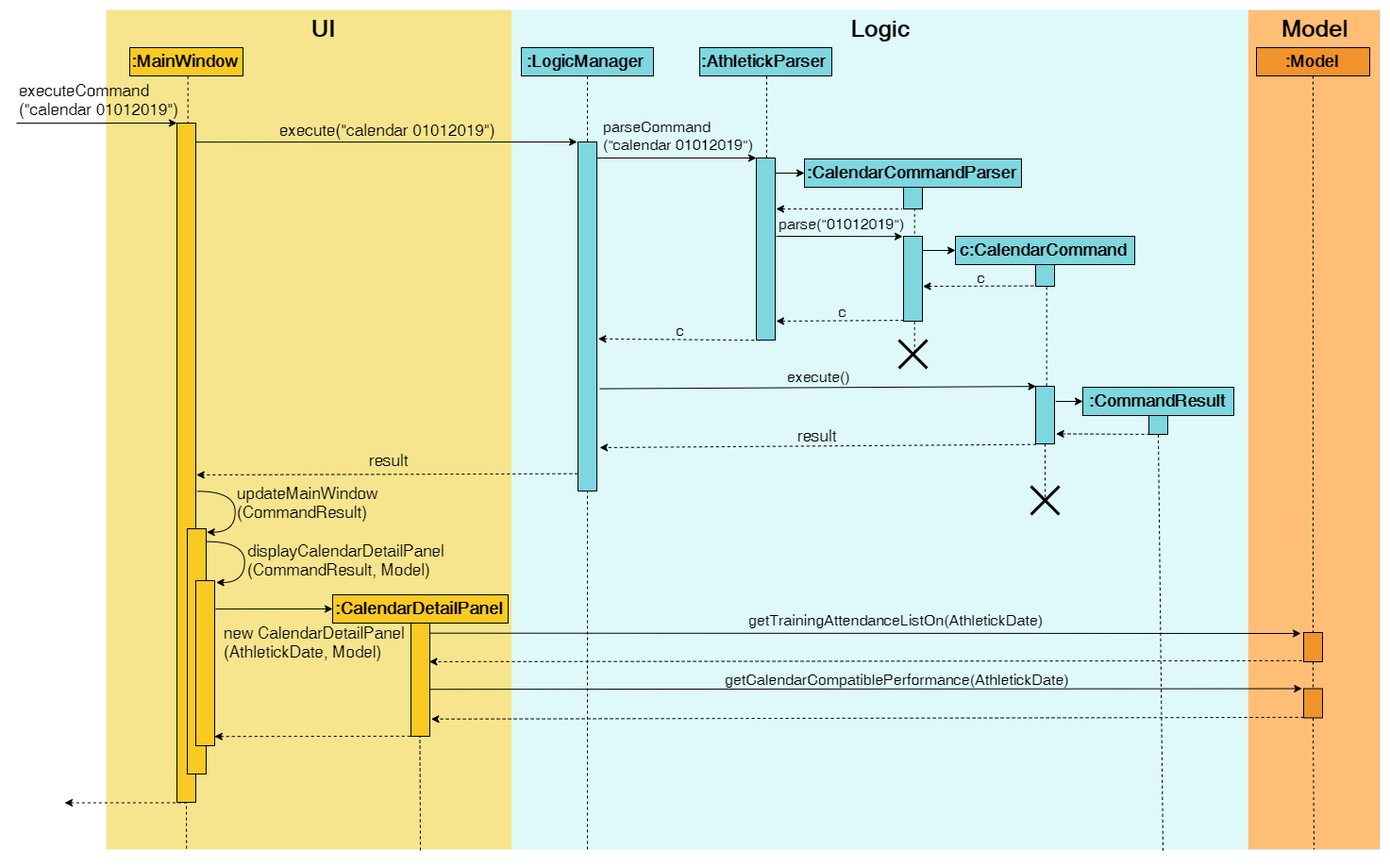
The draw.io diagram docs/images/CalendarCommandSequenceDiagram2.png in nus-cs2103-AY1920S1/addressbook-level3, before a commit. Source tidied: cells renumbered, new cells last; positions are measured from the earlier drawing's top-left corner, leaving out a move shared by most shapes.
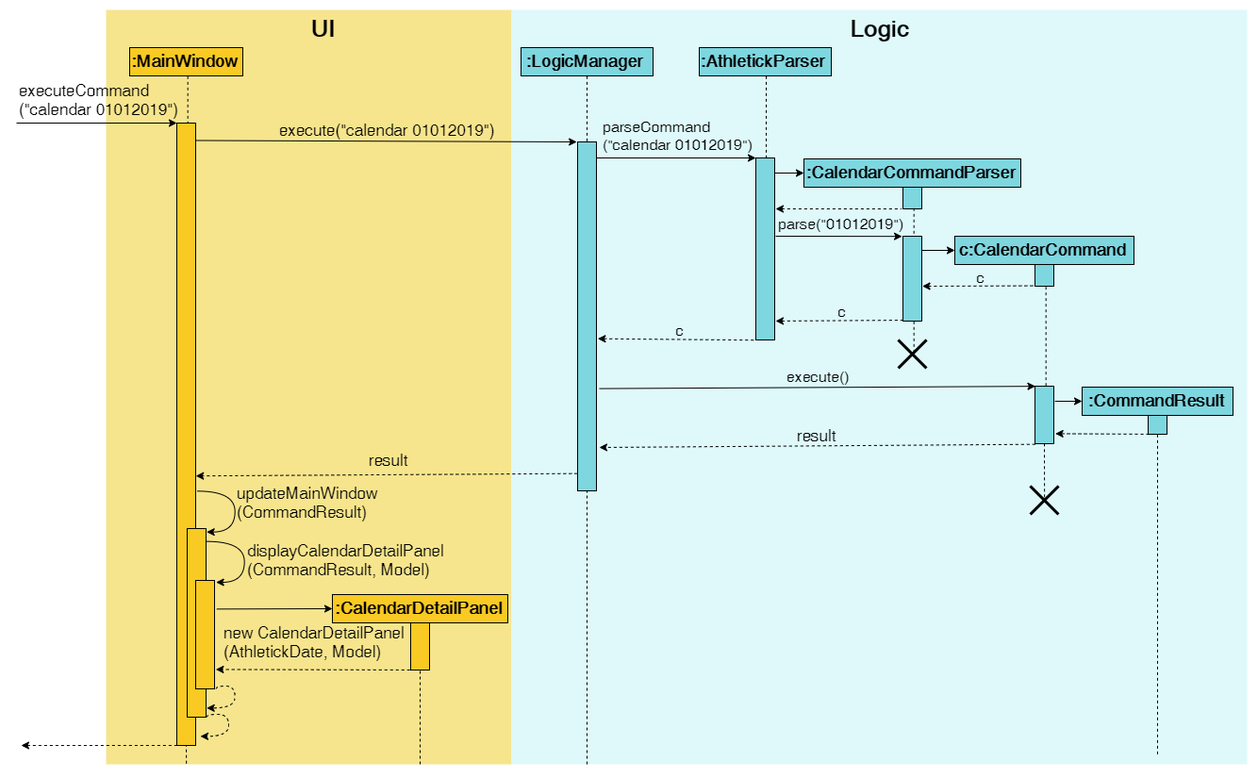
After the change.

The edit, as a diff of the source:
```diff
@@ -2,17 +2,14 @@
   <root>
     <mxCell id="0" />
     <mxCell id="1" parent="0" />
-    <mxCell id="2" style="rounded=0;whiteSpace=wrap;html=1;strokeColor=#E6E6E6;fillColor=#ffbe76;labelBackgroundColor=none;" parent="1" vertex="1">
-      <mxGeometry x="1305" width="140" height="890" as="geometry" />
-    </mxCell>
     <mxCell id="3" style="rounded=0;whiteSpace=wrap;html=1;fillColor=#f6e58d;strokeColor=none;" parent="1" vertex="1">
-      <mxGeometry x="95" width="430" height="890" as="geometry" />
+      <mxGeometry x="95" width="430" height="800" as="geometry" />
     </mxCell>
     <mxCell id="4" value="UI" style="text;html=1;strokeColor=none;fillColor=none;align=center;verticalAlign=middle;whiteSpace=wrap;rounded=0;fontSize=25;fontStyle=1;" parent="1" vertex="1">
       <mxGeometry x="305" y="10" width="40" height="20" as="geometry" />
     </mxCell>
     <mxCell id="5" style="rounded=0;whiteSpace=wrap;html=1;fillColor=#dff9fb;strokeColor=none;" parent="1" vertex="1">
-      <mxGeometry x="525" width="780" height="890" as="geometry" />
+      <mxGeometry x="525" width="780" height="800" as="geometry" />
     </mxCell>
     <mxCell id="6" style="edgeStyle=orthogonalEdgeStyle;rounded=0;jettySize=auto;html=1;exitX=0.5;exitY=1;exitDx=0;exitDy=0;dashed=1;startArrow=none;startFill=0;endArrow=none;endFill=0;entryX=0.5;entryY=0;entryDx=0;entryDy=0;" parent="1" edge="1" source="7" target="8">
       <mxGeometry relative="1" as="geometry" />
@@ -21,7 +18,7 @@
       <mxGeometry x="120" y="40" width="120" height="30" as="geometry" />
     </mxCell>
     <mxCell id="8" style="rounded=0;whiteSpace=wrap;html=1;fillColor=#f9ca24;strokeColor=#000000;" parent="1" vertex="1">
-      <mxGeometry x="170" y="120" width="20" height="720" as="geometry" />
+      <mxGeometry x="170" y="120" width="20" height="660" as="geometry" />
     </mxCell>
     <mxCell id="9" style="endArrow=classic;html=1;" parent="1" edge="1">
       <mxGeometry relative="1" as="geometry">
@@ -37,8 +34,8 @@
     </mxCell>
     <mxCell id="12" style="endArrow=none;html=1;entryX=-0.05;entryY=1;entryDx=0;entryDy=0;entryPerimeter=0;dashed=1;startArrow=classic;startFill=1;endFill=0;" parent="1" edge="1">
       <mxGeometry relative="1" as="geometry">
-        <mxPoint x="51" y="840.5" as="sourcePoint" />
-        <mxPoint x="180" y="840.5" as="targetPoint" />
+        <mxPoint x="5" y="780" as="sourcePoint" />
+        <mxPoint x="180" y="780" as="targetPoint" />
       </mxGeometry>
     </mxCell>
     <mxCell id="13" style="endArrow=classic;html=1;entryX=-0.044;entryY=0;entryDx=0;entryDy=0;entryPerimeter=0;exitX=1.015;exitY=0.028;exitDx=0;exitDy=0;exitPerimeter=0;" parent="1" edge="1" source="8" target="17">
@@ -58,7 +55,7 @@
     </mxCell>
     <mxCell id="18" style="endArrow=none;dashed=1;html=1;entryX=0.5;entryY=1;entryDx=0;entryDy=0;" parent="1" edge="1" target="17">
       <mxGeometry relative="1" as="geometry">
-        <mxPoint x="605" y="890" as="sourcePoint" />
+        <mxPoint x="605" y="800" as="sourcePoint" />
       </mxGeometry>
     </mxCell>
     <mxCell id="19" style="edgeStyle=orthogonalEdgeStyle;rounded=0;jettySize=auto;html=1;exitX=0.5;exitY=1;exitDx=0;exitDy=0;dashed=1;startArrow=none;startFill=0;endArrow=none;endFill=0;entryX=0.5;entryY=0;entryDx=0;entryDy=0;" parent="1" edge="1" source="20" target="21">
@@ -188,7 +185,7 @@
     <mxCell id="53" value="result" style="text;html=1;align=left;verticalAlign=top;spacingTop=-4;fontSize=17;" parent="1" vertex="1">
       <mxGeometry x="826" y="439" width="40" height="20" as="geometry" />
     </mxCell>
-    <mxCell id="54" style="endArrow=classic;html=1;dashed=1;startArrow=none;startFill=0;endFill=1;exitX=0.017;exitY=1.011;exitDx=0;exitDy=0;exitPerimeter=0;entryX=1.039;entryY=0.518;entryDx=0;entryDy=0;entryPerimeter=0;" parent="1" edge="1" target="8">
+    <mxCell id="54" style="endArrow=classic;html=1;dashed=1;startArrow=none;startFill=0;endFill=1;exitX=0.017;exitY=1.011;exitDx=0;exitDy=0;exitPerimeter=0;entryX=1.01;entryY=0.567;entryDx=0;entryDy=0;entryPerimeter=0;" parent="1" edge="1" target="8">
       <mxGeometry relative="1" as="geometry">
         <mxPoint x="594.8" y="491.7" as="sourcePoint" />
       </mxGeometry>
@@ -197,7 +194,7 @@
       <mxGeometry x="372" y="465" width="40" height="20" as="geometry" />
     </mxCell>
     <mxCell id="56" style="rounded=0;whiteSpace=wrap;html=1;fillColor=#f9ca24;strokeColor=#000000;" parent="1" vertex="1">
-      <mxGeometry x="181" y="550" width="20" height="260" as="geometry" />
+      <mxGeometry x="181" y="550" width="20" height="200" as="geometry" />
     </mxCell>
     <mxCell id="57" style="endArrow=classic;html=1;edgeStyle=orthogonalEdgeStyle;curved=1;entryX=1.089;entryY=0.012;entryDx=0;entryDy=0;entryPerimeter=0;" parent="1" edge="1" target="56">
       <mxGeometry relative="1" as="geometry">
@@ -213,16 +210,15 @@
       <mxGeometry x="232" y="500" width="160" height="40" as="geometry" />
     </mxCell>
     <mxCell id="59" style="rounded=0;whiteSpace=wrap;html=1;fillColor=#f9ca24;strokeColor=#000000;" parent="1" vertex="1">
-      <mxGeometry x="190" y="605" width="20" height="175" as="geometry" />
+      <mxGeometry x="190" y="605" width="20" height="115" as="geometry" />
     </mxCell>
     <mxCell id="60" style="endArrow=classic;html=1;edgeStyle=orthogonalEdgeStyle;curved=1;entryX=1.089;entryY=0.012;entryDx=0;entryDy=0;entryPerimeter=0;" parent="1" edge="1">
       <mxGeometry relative="1" as="geometry">
         <mxPoint x="201" y="563.7" as="sourcePoint" />
         <mxPoint x="211" y="607" as="targetPoint" />
         <Array as="points">
-          <mxPoint x="201" y="563" />
-          <mxPoint x="240" y="563" />
-          <mxPoint x="240" y="606" />
+          <mxPoint x="240" y="564" />
+          <mxPoint x="240" y="607" />
         </Array>
       </mxGeometry>
     </mxCell>
@@ -232,40 +228,18 @@
     <mxCell id="62" value="&lt;font style=&quot;font-size: 18px&quot;&gt;:CalendarDetailPanel&lt;/font&gt;" style="rounded=0;whiteSpace=wrap;html=1;fillColor=#f9ca24;strokeColor=#000000;fontStyle=1;" parent="1" vertex="1">
       <mxGeometry x="335" y="620" width="186" height="30" as="geometry" />
     </mxCell>
-    <mxCell id="63" style="endArrow=classic;html=1;entryX=0;entryY=0.5;entryDx=0;entryDy=0;exitX=1.047;exitY=0.172;exitDx=0;exitDy=0;exitPerimeter=0;" parent="1" edge="1" source="59" target="62">
+    <mxCell id="63" style="endArrow=classic;html=1;entryX=0;entryY=0.5;entryDx=0;entryDy=0;exitX=1.117;exitY=0.264;exitDx=0;exitDy=0;exitPerimeter=0;" parent="1" edge="1" source="59" target="62">
       <mxGeometry relative="1" as="geometry" />
     </mxCell>
     <mxCell id="64" style="rounded=0;whiteSpace=wrap;html=1;fillColor=#f9ca24;strokeColor=#000000;" parent="1" vertex="1">
-      <mxGeometry x="418" y="650" width="20" height="120" as="geometry" />
+      <mxGeometry x="418" y="650" width="20" height="50" as="geometry" />
     </mxCell>
-    <mxCell id="65" style="endArrow=classic;html=1;dashed=1;startArrow=none;startFill=0;endFill=1;exitX=-0.037;exitY=0.999;exitDx=0;exitDy=0;exitPerimeter=0;entryX=0.992;entryY=0.944;entryDx=0;entryDy=0;entryPerimeter=0;" parent="1" edge="1" source="64" target="59">
+    <mxCell id="65" style="endArrow=classic;html=1;dashed=1;startArrow=none;startFill=0;endFill=1;exitX=-0.037;exitY=0.999;exitDx=0;exitDy=0;exitPerimeter=0;entryX=1.069;entryY=0.821;entryDx=0;entryDy=0;entryPerimeter=0;" parent="1" edge="1" source="64" target="59">
       <mxGeometry relative="1" as="geometry" />
     </mxCell>
-    <mxCell id="66" value="&lt;b&gt;:Model&lt;/b&gt;" style="rounded=0;whiteSpace=wrap;html=1;fillColor=#f0932b;strokeColor=#000000;fontSize=18;" parent="1" vertex="1">
-      <mxGeometry x="1314" y="40" width="120" height="30" as="geometry" />
-    </mxCell>
-    <mxCell id="67" style="endArrow=classic;html=1;exitX=1.013;exitY=0.089;exitDx=0;exitDy=0;exitPerimeter=0;" parent="1" edge="1" source="64">
-      <mxGeometry relative="1" as="geometry">
-        <mxPoint x="1361" y="661" as="targetPoint" />
-      </mxGeometry>
-    </mxCell>
-    <mxCell id="68" style="endArrow=classic;html=1;exitX=1.015;exitY=0.585;exitDx=0;exitDy=0;exitPerimeter=0;entryX=-0.089;entryY=0;entryDx=0;entryDy=0;entryPerimeter=0;" parent="1" edge="1" source="64" target="78">
-      <mxGeometry relative="1" as="geometry" />
-    </mxCell>
-    <mxCell id="69" style="endArrow=classic;html=1;dashed=1;startArrow=none;startFill=0;endFill=1;exitX=-0.071;exitY=0.996;exitDx=0;exitDy=0;exitPerimeter=0;entryX=0.971;entryY=0.341;entryDx=0;entryDy=0;entryPerimeter=0;" parent="1" edge="1" target="64">
-      <mxGeometry relative="1" as="geometry">
-        <mxPoint x="1362.1" y="689.9" as="sourcePoint" />
-      </mxGeometry>
-    </mxCell>
-    <mxCell id="70" style="endArrow=classic;html=1;dashed=1;startArrow=none;startFill=0;endFill=1;exitX=-0.071;exitY=0.996;exitDx=0;exitDy=0;exitPerimeter=0;entryX=1.072;entryY=0.848;entryDx=0;entryDy=0;entryPerimeter=0;" parent="1" edge="1" target="64">
-      <mxGeometry relative="1" as="geometry">
-        <mxPoint x="1364.1" y="749.9" as="sourcePoint" />
-      </mxGeometry>
-    </mxCell>
-    <mxCell id="71" style="endArrow=none;dashed=1;html=1;entryX=0.5;entryY=1;entryDx=0;entryDy=0;" parent="1" edge="1">
+    <mxCell id="71" style="endArrow=none;dashed=1;html=1;entryX=0.5;entryY=1;entryDx=0;entryDy=0;" parent="1" edge="1" target="64">
       <mxGeometry relative="1" as="geometry">
-        <mxPoint x="428" y="891" as="sourcePoint" />
-        <mxPoint x="427.5" y="770" as="targetPoint" />
+        <mxPoint x="428" y="800" as="sourcePoint" />
       </mxGeometry>
     </mxCell>
     <mxCell id="72" style="rounded=0;jettySize=auto;html=1;exitX=0.5;exitY=1;exitDx=0;exitDy=0;dashed=1;startArrow=none;startFill=0;endArrow=none;endFill=0;entryX=0.504;entryY=0.485;entryDx=0;entryDy=0;entryPerimeter=0;" parent="1" edge="1" target="73">
@@ -279,42 +253,38 @@
     <mxCell id="74" style="rounded=0;orthogonalLoop=1;jettySize=auto;html=1;exitX=0.5;exitY=1;exitDx=0;exitDy=0;dashed=1;startArrow=none;startFill=0;endArrow=none;endFill=0;" parent="1" edge="1">
       <mxGeometry relative="1" as="geometry">
         <mxPoint x="1210" y="450.3" as="sourcePoint" />
-        <mxPoint x="1215" y="893" as="targetPoint" />
+        <mxPoint x="1210" y="790" as="targetPoint" />
       </mxGeometry>
     </mxCell>
-    <mxCell id="75" value="getTrainingAttendanceListOn(AthletickDate)" style="text;html=1;align=left;verticalAlign=top;spacingTop=-4;fontSize=16;fillColor=none;" parent="1" vertex="1">
-      <mxGeometry x="774" y="635" width="330" height="20" as="geometry" />
-    </mxCell>
-    <mxCell id="76" value="getCalendarCompatiblePerformance(AthletickDate)" style="text;html=1;align=left;verticalAlign=top;spacingTop=-4;fontSize=16;fillColor=none;" parent="1" vertex="1">
-      <mxGeometry x="749" y="697.5" width="380" height="20" as="geometry" />
-    </mxCell>
-    <mxCell id="77" style="rounded=0;whiteSpace=wrap;html=1;fillColor=#f0932b;strokeColor=#000000;" parent="1" vertex="1">
-      <mxGeometry x="1364" y="660" width="20" height="31" as="geometry" />
-    </mxCell>
-    <mxCell id="78" style="rounded=0;whiteSpace=wrap;html=1;fillColor=#f0932b;strokeColor=#000000;" parent="1" vertex="1">
-      <mxGeometry x="1364" y="719.5" width="20" height="31" as="geometry" />
-    </mxCell>
-    <mxCell id="79" style="rounded=0;jettySize=auto;html=1;exitX=0.5;exitY=1;exitDx=0;exitDy=0;dashed=1;startArrow=none;startFill=0;endArrow=none;endFill=0;entryX=0.5;entryY=0;entryDx=0;entryDy=0;" parent="1" edge="1" source="77" target="78">
-      <mxGeometry relative="1" as="geometry" />
-    </mxCell>
-    <mxCell id="80" style="rounded=0;jettySize=auto;html=1;exitX=0.5;exitY=1;exitDx=0;exitDy=0;dashed=1;startArrow=none;startFill=0;endArrow=none;endFill=0;entryX=0.5;entryY=1;entryDx=0;entryDy=0;" parent="1" edge="1" target="2">
-      <mxGeometry relative="1" as="geometry">
-        <mxPoint x="1374" y="750.5" as="sourcePoint" />
-      </mxGeometry>
-    </mxCell>
-    <mxCell id="81" style="rounded=0;jettySize=auto;html=1;exitX=0.5;exitY=1;exitDx=0;exitDy=0;dashed=1;startArrow=none;startFill=0;endArrow=none;endFill=0;entryX=0.5;entryY=1;entryDx=0;entryDy=0;" parent="1" edge="1" source="66">
-      <mxGeometry relative="1" as="geometry">
-        <mxPoint x="1374" y="660" as="targetPoint" />
-      </mxGeometry>
-    </mxCell>
     <mxCell id="82" value="new CalendarDetailPanel&lt;br&gt;(AthletickDate, Model)" style="text;html=1;align=left;verticalAlign=top;spacingTop=-4;fontSize=17;" parent="1" vertex="1">
       <mxGeometry x="218" y="648" width="210" height="40" as="geometry" />
     </mxCell>
     <mxCell id="83" value="Logic" style="text;html=1;strokeColor=none;fillColor=none;align=center;verticalAlign=middle;whiteSpace=wrap;rounded=0;fontSize=25;fontStyle=1;" parent="1" vertex="1">
       <mxGeometry x="895" y="10" width="40" height="20" as="geometry" />
     </mxCell>
-    <mxCell id="84" value="Model" style="text;html=1;strokeColor=none;fillColor=none;align=center;verticalAlign=middle;whiteSpace=wrap;rounded=0;fontSize=25;fontStyle=1;" parent="1" vertex="1">
-      <mxGeometry x="1355" y="10" width="40" height="20" as="geometry" />
-    </mxCell>
+    <mxCell id="85" style="endArrow=classic;html=1;edgeStyle=orthogonalEdgeStyle;curved=1;dashed=1;" parent="1" edge="1">
+      <mxGeometry relative="1" as="geometry">
+        <mxPoint x="210.6" y="719.2" as="sourcePoint" />
+        <mxPoint x="203" y="740" as="targetPoint" />
+        <Array as="points">
+          <mxPoint x="211" y="718" />
+          <mxPoint x="233" y="718" />
+          <mxPoint x="233" y="740" />
+          <mxPoint x="203" y="740" />
+        </Array>
+      </mxGeometry>
+    </mxCell>
+    <mxCell id="86" style="endArrow=classic;html=1;edgeStyle=orthogonalEdgeStyle;curved=1;dashed=1;" parent="1" edge="1">
+      <mxGeometry relative="1" as="geometry">
+        <mxPoint x="201.3" y="749" as="sourcePoint" />
+        <mxPoint x="193.8" y="769.8" as="targetPoint" />
+        <Array as="points">
+          <mxPoint x="201.5" y="747.5" />
+          <mxPoint x="223.5" y="747.5" />
+          <mxPoint x="223.5" y="769.5" />
+          <mxPoint x="193.5" y="769.5" />
+        </Array>
+      </mxGeometry>
+    </mxCell>
   </root>
 </mxGraphModel>
```
